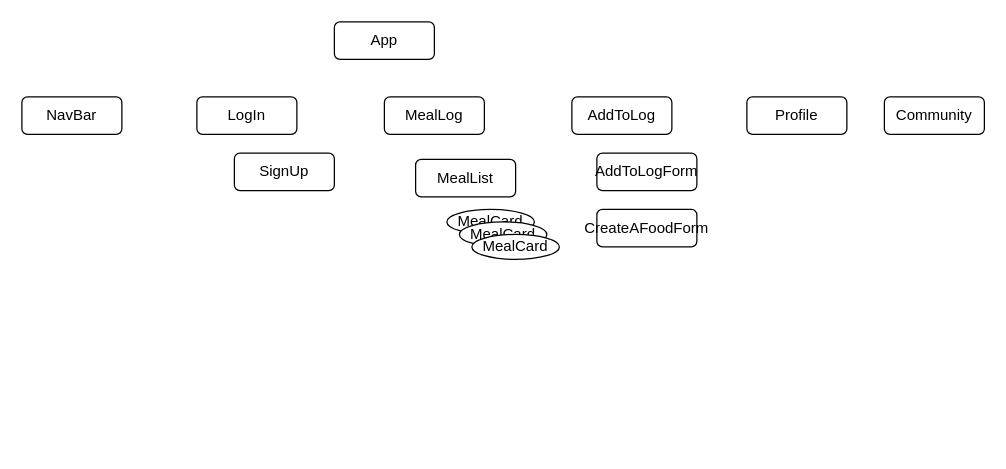
Before: client/reactdiagram.drawio in TitleXp/phase-4-mealbuddy, a draw.io diagram. Source tidied: cells renumbered, new cells numbered last; positions are measured from the earlier drawing's top-left corner, leaving out a move shared by most shapes. Both pictures are drawn from the tidied source at 125%, with x=0, y=0 at pixel (21, 21).
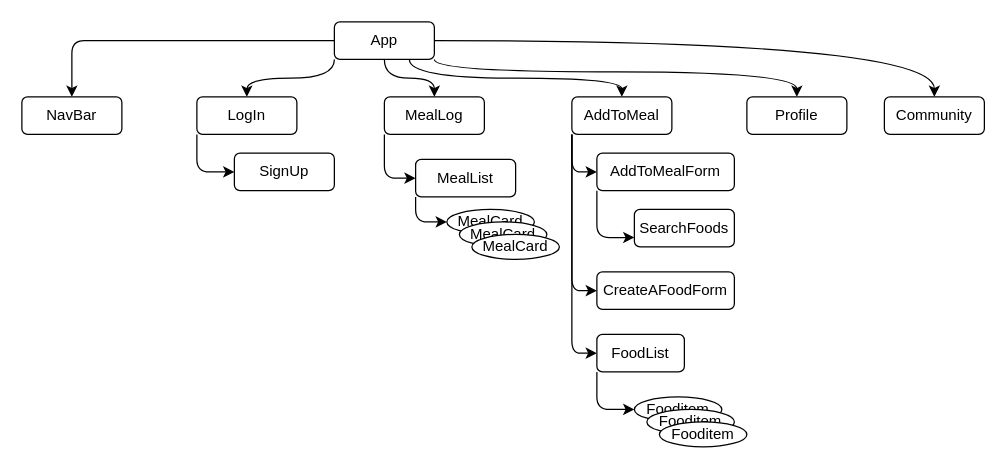
After the change.

The change refers to these unchanged cells:
```xml
<mxCell id="2" value="App" style="rounded=1;whiteSpace=wrap;html=1;" parent="1" vertex="1">
  <mxGeometry x="250" width="80" height="30" as="geometry" />
</mxCell>
<mxCell id="3" value="NavBar" style="rounded=1;whiteSpace=wrap;html=1;" parent="1" vertex="1">
  <mxGeometry y="60" width="80" height="30" as="geometry" />
</mxCell>
<mxCell id="4" value="Profile" style="rounded=1;whiteSpace=wrap;html=1;" parent="1" vertex="1">
  <mxGeometry x="580" y="60" width="80" height="30" as="geometry" />
</mxCell>
<mxCell id="6" value="MealLog" style="rounded=1;whiteSpace=wrap;html=1;" parent="1" vertex="1">
  <mxGeometry x="290" y="60" width="80" height="30" as="geometry" />
</mxCell>
<mxCell id="7" value="Community" style="rounded=1;whiteSpace=wrap;html=1;" parent="1" vertex="1">
  <mxGeometry x="690" y="60" width="80" height="30" as="geometry" />
</mxCell>
<mxCell id="8" value="LogIn" style="rounded=1;whiteSpace=wrap;html=1;" parent="1" vertex="1">
  <mxGeometry x="140" y="60" width="80" height="30" as="geometry" />
</mxCell>
<mxCell id="11" value="MealList" style="rounded=1;whiteSpace=wrap;html=1;" parent="1" vertex="1">
  <mxGeometry x="315" y="110" width="80" height="30" as="geometry" />
</mxCell>
<mxCell id="12" value="SignUp" style="rounded=1;whiteSpace=wrap;html=1;" parent="1" vertex="1">
  <mxGeometry x="170" y="105" width="80" height="30" as="geometry" />
</mxCell>
<mxCell id="13" value="MealCard" style="ellipse;whiteSpace=wrap;html=1;" parent="1" vertex="1">
  <mxGeometry x="340" y="150" width="70" height="20" as="geometry" />
</mxCell>
```

Change to the diagram source:
```diff
@@
+    <mxCell id="16" style="html=1;exitX=0;exitY=1;exitDx=0;exitDy=0;entryX=0.5;entryY=0;entryDx=0;entryDy=0;edgeStyle=orthogonalEdgeStyle;curved=1;" parent="1" edge="1" source="2" target="8">
+      <mxGeometry relative="1" as="geometry" />
+    </mxCell>
+    <mxCell id="17" style="edgeStyle=orthogonalEdgeStyle;curved=1;html=1;exitX=0.5;exitY=1;exitDx=0;exitDy=0;" parent="1" edge="1" source="2" target="6">
+      <mxGeometry relative="1" as="geometry" />
+    </mxCell>
+    <mxCell id="18" style="edgeStyle=orthogonalEdgeStyle;curved=1;html=1;exitX=0.75;exitY=1;exitDx=0;exitDy=0;entryX=0.5;entryY=0;entryDx=0;entryDy=0;" parent="1" edge="1" source="2" target="5">
+      <mxGeometry relative="1" as="geometry" />
+    </mxCell>
+    <mxCell id="19" style="edgeStyle=orthogonalEdgeStyle;curved=1;html=1;exitX=1;exitY=1;exitDx=0;exitDy=0;entryX=0.5;entryY=0;entryDx=0;entryDy=0;" parent="1" edge="1" source="2" target="4">
+      <mxGeometry relative="1" as="geometry">
+        <Array as="points">
+          <mxPoint x="330" y="40" />
+          <mxPoint x="620" y="40" />
+        </Array>
+      </mxGeometry>
+    </mxCell>
+    <mxCell id="20" style="edgeStyle=orthogonalEdgeStyle;curved=1;html=1;exitX=1;exitY=0.5;exitDx=0;exitDy=0;entryX=0.5;entryY=0;entryDx=0;entryDy=0;" parent="1" edge="1" source="2" target="7">
+      <mxGeometry relative="1" as="geometry" />
+    </mxCell>
+    <mxCell id="21" style="edgeStyle=orthogonalEdgeStyle;html=1;exitX=0;exitY=0.5;exitDx=0;exitDy=0;entryX=0.5;entryY=0;entryDx=0;entryDy=0;" parent="1" edge="1" source="2" target="3">
+      <mxGeometry relative="1" as="geometry" />
+    </mxCell>
@@
+    <mxCell id="22" style="edgeStyle=orthogonalEdgeStyle;html=1;exitX=0;exitY=1;exitDx=0;exitDy=0;entryX=0;entryY=0.5;entryDx=0;entryDy=0;" parent="1" edge="1" source="5" target="10">
+      <mxGeometry relative="1" as="geometry" />
+    </mxCell>
+    <mxCell id="23" style="edgeStyle=orthogonalEdgeStyle;html=1;exitX=0;exitY=1;exitDx=0;exitDy=0;entryX=0;entryY=0.5;entryDx=0;entryDy=0;" parent="1" edge="1" source="5" target="9">
+      <mxGeometry relative="1" as="geometry" />
+    </mxCell>
+    <mxCell id="24" style="edgeStyle=orthogonalEdgeStyle;html=1;exitX=0;exitY=1;exitDx=0;exitDy=0;entryX=0;entryY=0.5;entryDx=0;entryDy=0;" parent="1" edge="1" source="5" target="34">
+      <mxGeometry relative="1" as="geometry" />
+    </mxCell>
-    <mxCell id="5" value="AddToLog" style="rounded=1;whiteSpace=wrap;html=1;" parent="1" vertex="1">
+    <mxCell id="5" value="AddToMeal" style="rounded=1;whiteSpace=wrap;html=1;" parent="1" vertex="1">
       <mxGeometry x="440" y="60" width="80" height="30" as="geometry" />
     </mxCell>
+    <mxCell id="25" style="edgeStyle=orthogonalEdgeStyle;html=1;exitX=0;exitY=1;exitDx=0;exitDy=0;entryX=0;entryY=0.5;entryDx=0;entryDy=0;" parent="1" edge="1" source="6" target="11">
+      <mxGeometry relative="1" as="geometry" />
+    </mxCell>
@@
+    <mxCell id="26" style="edgeStyle=orthogonalEdgeStyle;html=1;exitX=0;exitY=1;exitDx=0;exitDy=0;entryX=0;entryY=0.5;entryDx=0;entryDy=0;" parent="1" edge="1" source="8" target="12">
+      <mxGeometry relative="1" as="geometry" />
+    </mxCell>
@@
     <mxCell id="9" value="CreateAFoodForm" style="rounded=1;whiteSpace=wrap;html=1;" parent="1" vertex="1">
-      <mxGeometry x="460" y="150" width="80" height="30" as="geometry" />
+      <mxGeometry x="460" y="200" width="110" height="30" as="geometry" />
     </mxCell>
+    <mxCell id="27" style="edgeStyle=orthogonalEdgeStyle;html=1;exitX=0;exitY=1;exitDx=0;exitDy=0;entryX=0;entryY=0.75;entryDx=0;entryDy=0;" parent="1" edge="1" source="10" target="29">
+      <mxGeometry relative="1" as="geometry" />
+    </mxCell>
-    <mxCell id="10" value="AddToLogForm" style="rounded=1;whiteSpace=wrap;html=1;" parent="1" vertex="1">
-      <mxGeometry x="460" y="105" width="80" height="30" as="geometry" />
+    <mxCell id="10" value="AddToMealForm" style="rounded=1;whiteSpace=wrap;html=1;" parent="1" vertex="1">
+      <mxGeometry x="460" y="105" width="110" height="30" as="geometry" />
     </mxCell>
+    <mxCell id="28" style="edgeStyle=orthogonalEdgeStyle;html=1;exitX=0;exitY=1;exitDx=0;exitDy=0;entryX=0;entryY=0.5;entryDx=0;entryDy=0;" parent="1" edge="1" source="11" target="13">
+      <mxGeometry relative="1" as="geometry" />
+    </mxCell>
@@
+    <mxCell id="29" value="SearchFoods" style="rounded=1;whiteSpace=wrap;html=1;" parent="1" vertex="1">
+      <mxGeometry x="490" y="150" width="80" height="30" as="geometry" />
+    </mxCell>
+    <mxCell id="30" value="Fooditem" style="ellipse;whiteSpace=wrap;html=1;" parent="1" vertex="1">
+      <mxGeometry x="490" y="300" width="70" height="20" as="geometry" />
+    </mxCell>
+    <mxCell id="31" value="Fooditem" style="ellipse;whiteSpace=wrap;html=1;" parent="1" vertex="1">
+      <mxGeometry x="500" y="310" width="70" height="20" as="geometry" />
+    </mxCell>
+    <mxCell id="32" value="Fooditem" style="ellipse;whiteSpace=wrap;html=1;" parent="1" vertex="1">
+      <mxGeometry x="510" y="320" width="70" height="20" as="geometry" />
+    </mxCell>
+    <mxCell id="33" style="edgeStyle=orthogonalEdgeStyle;html=1;exitX=0;exitY=1;exitDx=0;exitDy=0;entryX=0;entryY=0.5;entryDx=0;entryDy=0;" parent="1" edge="1" source="34" target="30">
+      <mxGeometry relative="1" as="geometry" />
+    </mxCell>
+    <mxCell id="34" value="FoodList" style="rounded=1;whiteSpace=wrap;html=1;" parent="1" vertex="1">
+      <mxGeometry x="460" y="250" width="70" height="30" as="geometry" />
+    </mxCell>
```
